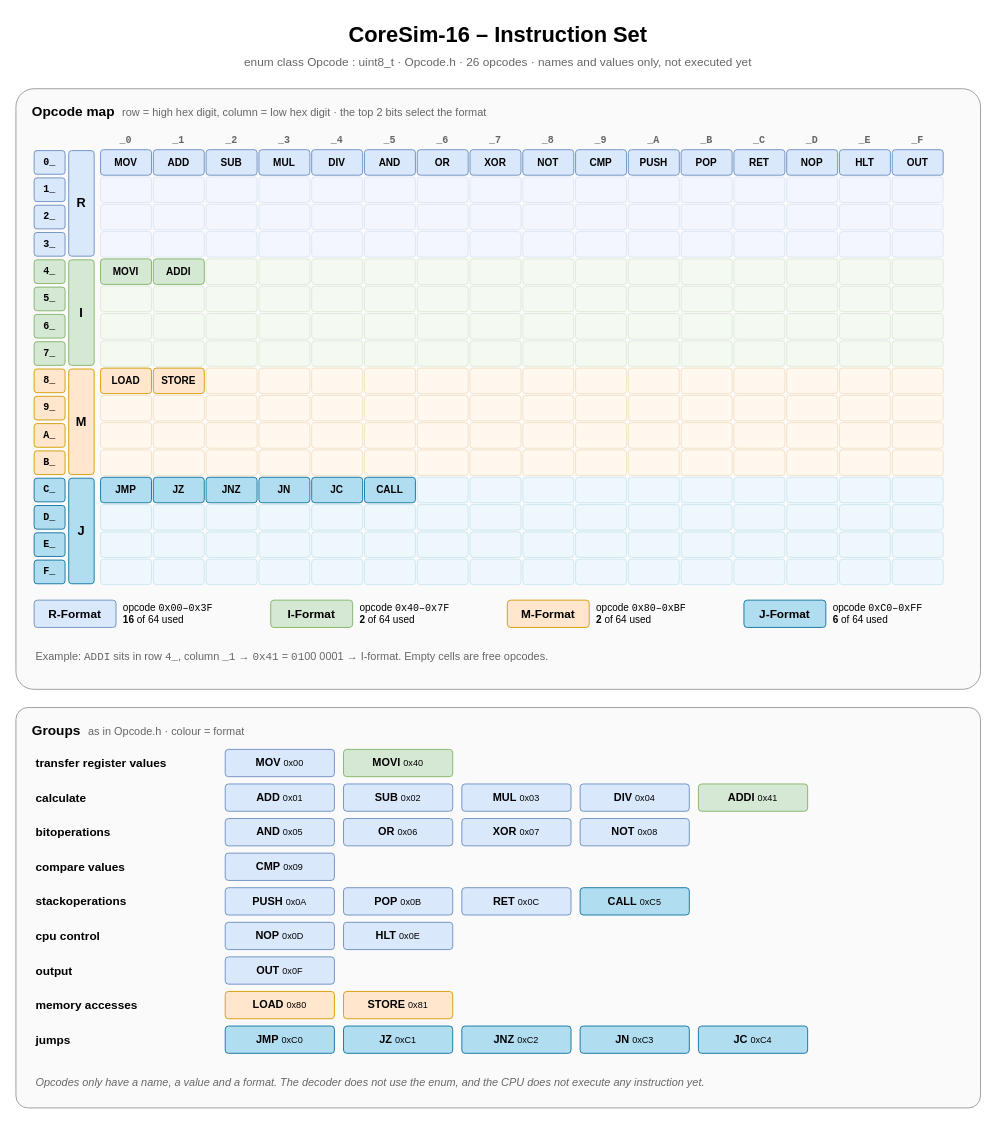
Before: diagrams/isa.drawio in kpolet2010-hue/CoreSim, a draw.io diagram. Source tidied: cells renumbered, new cells numbered last; positions are measured from the earlier drawing's top-left corner, leaving out a move shared by most shapes. Both pictures are drawn from the tidied source at 91%, with x=0, y=0 at pixel (15, 15).
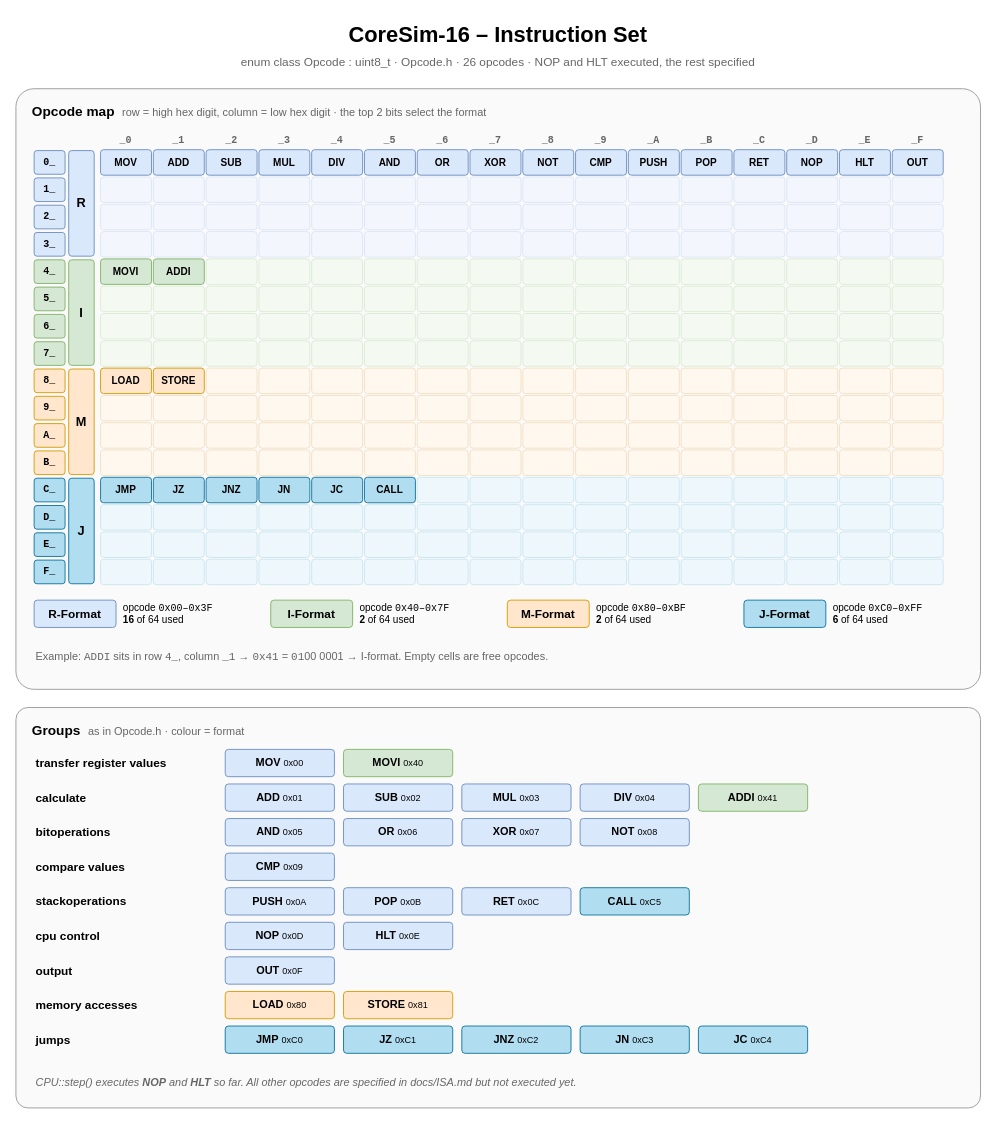
The same page after the edit.

Commit message (it also covers changes not shown here):
docs(cpu): document instruction fetch, decode, NOP and HLT

What changed in the source:
```diff
@@
-    <mxCell id="3" value="enum class Opcode : uint8_t &amp;middot; Opcode.h &amp;middot; 26 opcodes &amp;middot; names and values only, not executed yet" style="text;html=1;strokeColor=none;fillColor=none;whiteSpace=wrap;fontFamily=Helvetica;fontSize=13;fontColor=#666666;align=center;" parent="1" vertex="1">
+    <mxCell id="3" value="enum class Opcode : uint8_t &amp;middot; Opcode.h &amp;middot; 26 opcodes &amp;middot; NOP and HLT executed, the rest specified" style="text;html=1;strokeColor=none;fillColor=none;whiteSpace=wrap;fontFamily=Helvetica;fontSize=13;fontColor=#666666;align=center;" parent="1" vertex="1">
       <mxGeometry y="36" width="1060" height="24" as="geometry" />
     </mxCell>
@@
-    <mxCell id="342" value="&lt;i&gt;Opcodes only have a name, a value and a format. The decoder does not use the enum, and the CPU does not execute any instruction yet.&lt;/i&gt;" style="text;html=1;strokeColor=none;fillColor=none;whiteSpace=wrap;fontFamily=Helvetica;fontSize=12;fontColor=#666666;align=left;" parent="1" vertex="1">
+    <mxCell id="342" value="&lt;i&gt;CPU::step() executes &lt;b&gt;NOP&lt;/b&gt; and &lt;b&gt;HLT&lt;/b&gt; so far. All other opcodes are specified in docs/ISA.md but not executed yet.&lt;/i&gt;" style="text;html=1;strokeColor=none;fillColor=none;whiteSpace=wrap;fontFamily=Helvetica;fontSize=12;fontColor=#666666;align=left;" parent="1" vertex="1">
       <mxGeometry x="20" y="1158" width="1020" height="24" as="geometry" />
     </mxCell>
```
